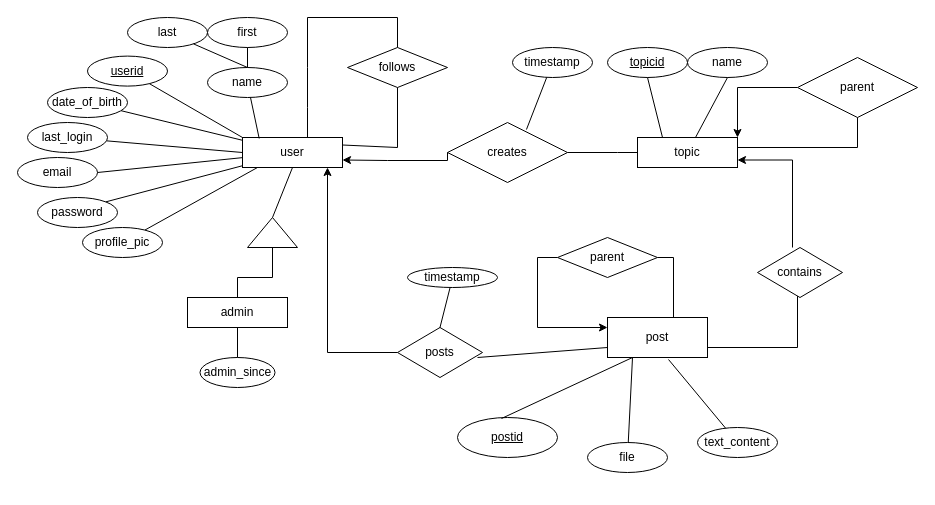
Above: doc/diagrams/ER/entity_relationship_diagram.drawio in kubatovtamas/uzenetSZTEk (draw.io), before the change. Source tidied: cells renumbered, new cells numbered last; positions are measured from the earlier drawing's top-left corner, leaving out a move shared by most shapes. Both pictures are drawn from the tidied source at 100%, with x=0, y=0 at pixel (17, 17).
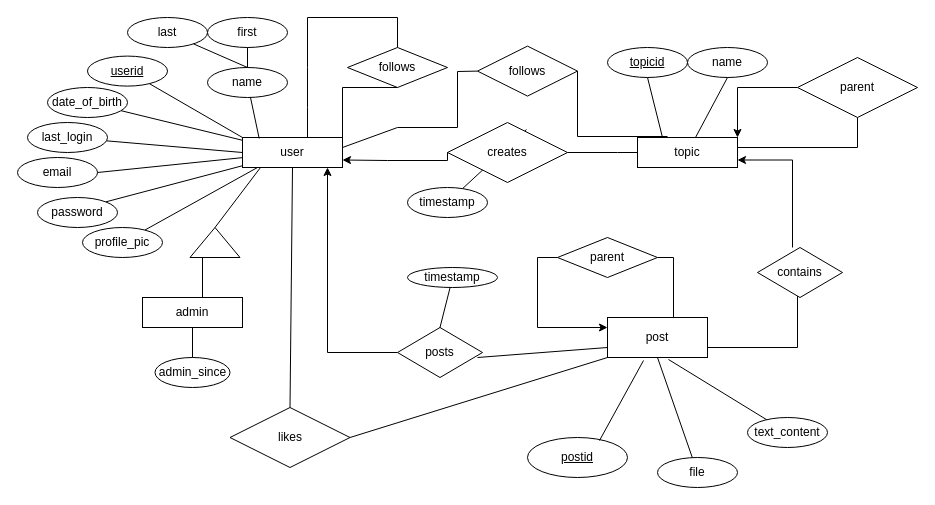
The same page after the edit.

Commit message (it also covers changes not shown here):
Likes and follows added to the diagram

Unchanged cells that the change refers to:
```xml
<mxCell id="2" value="&lt;div&gt;user&lt;/div&gt;" style="rounded=0;whiteSpace=wrap;html=1;" parent="1" vertex="1">
  <mxGeometry x="225" y="120" width="100" height="30" as="geometry" />
</mxCell>
<mxCell id="31" value="follows" style="shape=rhombus;perimeter=rhombusPerimeter;whiteSpace=wrap;html=1;align=center;" parent="1" vertex="1">
  <mxGeometry x="330" y="30" width="100" height="40" as="geometry" />
</mxCell>
<mxCell id="49" value="post" style="whiteSpace=wrap;html=1;align=center;" parent="1" vertex="1">
  <mxGeometry x="590" y="300" width="100" height="40" as="geometry" />
</mxCell>
```

The edit, as a diff of the source:
```diff
@@
     <mxCell id="12" value="text_content" style="ellipse;whiteSpace=wrap;html=1;" parent="1" vertex="1">
-      <mxGeometry x="680" y="410" width="80" height="30" as="geometry" />
+      <mxGeometry x="730" y="400" width="80" height="30" as="geometry" />
     </mxCell>
@@
     <mxCell id="18" value="&lt;div&gt;timestamp&lt;/div&gt;" style="ellipse;whiteSpace=wrap;html=1;" parent="1" vertex="1">
-      <mxGeometry x="495" y="30" width="80" height="30" as="geometry" />
+      <mxGeometry x="390" y="170" width="80" height="30" as="geometry" />
     </mxCell>
@@
     <mxCell id="33" style="endArrow=none;html=1;rounded=0;entryX=0.5;entryY=1;entryDx=0;entryDy=0;exitX=1;exitY=0.25;exitDx=0;exitDy=0;" parent="1" edge="1" source="2" target="31">
       <mxGeometry relative="1" as="geometry">
         <Array as="points">
-          <mxPoint x="380" y="130" />
+          <mxPoint x="325" y="70" />
         </Array>
       </mxGeometry>
     </mxCell>
@@
     <mxCell id="36" value="file" style="ellipse;whiteSpace=wrap;html=1;" parent="1" vertex="1">
-      <mxGeometry x="570" y="425" width="80" height="30" as="geometry" />
+      <mxGeometry x="640" y="440" width="80" height="30" as="geometry" />
     </mxCell>
-    <mxCell id="37" style="endArrow=none;html=1;exitX=0.25;exitY=1;exitDx=0;exitDy=0;" parent="1" edge="1" target="36">
-      <mxGeometry relative="1" as="geometry">
-        <mxPoint x="615" y="340" as="sourcePoint" />
-      </mxGeometry>
+    <mxCell id="37" style="endArrow=none;html=1;exitX=0.5;exitY=1;exitDx=0;exitDy=0;" parent="1" edge="1" source="49" target="36">
+      <mxGeometry relative="1" as="geometry" />
     </mxCell>
@@
     <mxCell id="46" value="&lt;u&gt;postid&lt;/u&gt;" style="ellipse;whiteSpace=wrap;html=1;align=center;" parent="1" vertex="1">
-      <mxGeometry x="440" y="400" width="100" height="40" as="geometry" />
+      <mxGeometry x="510" y="420" width="100" height="40" as="geometry" />
     </mxCell>
-    <mxCell id="47" style="endArrow=none;html=1;rounded=0;entryX=0.25;entryY=1;entryDx=0;entryDy=0;exitX=0.44;exitY=0.025;exitDx=0;exitDy=0;exitPerimeter=0;" parent="1" edge="1" source="46">
-      <mxGeometry relative="1" as="geometry">
-        <mxPoint x="615" y="340" as="targetPoint" />
-      </mxGeometry>
+    <mxCell id="47" style="endArrow=none;html=1;rounded=0;entryX=0.36;entryY=1.075;entryDx=0;entryDy=0;entryPerimeter=0;exitX=0.72;exitY=0.075;exitDx=0;exitDy=0;exitPerimeter=0;" parent="1" edge="1" source="46" target="49">
+      <mxGeometry relative="1" as="geometry" />
     </mxCell>
@@
     <mxCell id="52" value="admin_since" style="ellipse;whiteSpace=wrap;html=1;align=center;" parent="1" vertex="1">
-      <mxGeometry x="182.5" y="340" width="75" height="30" as="geometry" />
+      <mxGeometry x="137.5" y="340" width="75" height="30" as="geometry" />
     </mxCell>
@@
     <mxCell id="55" value="admin" style="whiteSpace=wrap;html=1;align=center;" parent="1" vertex="1">
-      <mxGeometry x="170" y="280" width="100" height="30" as="geometry" />
+      <mxGeometry x="125" y="280" width="100" height="30" as="geometry" />
     </mxCell>
     <mxCell id="56" style="triangle;whiteSpace=wrap;html=1;rotation=-90;" parent="1" vertex="1">
-      <mxGeometry x="240" y="190" width="30" height="50" as="geometry" />
+      <mxGeometry x="182.5" y="200" width="30" height="50" as="geometry" />
     </mxCell>
-    <mxCell id="57" style="endArrow=none;html=1;rounded=0;entryX=0.5;entryY=1;entryDx=0;entryDy=0;exitX=1;exitY=0.5;exitDx=0;exitDy=0;" parent="1" edge="1" source="56" target="2">
-      <mxGeometry relative="1" as="geometry" />
+    <mxCell id="57" style="endArrow=none;html=1;rounded=0;exitX=1;exitY=0.5;exitDx=0;exitDy=0;" parent="1" edge="1" source="56">
+      <mxGeometry relative="1" as="geometry">
+        <mxPoint x="243" y="150" as="targetPoint" />
+      </mxGeometry>
     </mxCell>
-    <mxCell id="58" style="endArrow=none;html=1;rounded=0;exitX=0.5;exitY=0;exitDx=0;exitDy=0;entryX=0;entryY=0.5;entryDx=0;entryDy=0;" parent="1" edge="1" source="55" target="56">
+    <mxCell id="58" style="endArrow=none;html=1;rounded=0;entryX=0;entryY=0.25;entryDx=0;entryDy=0;" parent="1" edge="1" target="56">
       <mxGeometry relative="1" as="geometry">
-        <Array as="points">
-          <mxPoint x="220" y="260" />
-          <mxPoint x="255" y="260" />
-        </Array>
+        <mxPoint x="185" y="280" as="sourcePoint" />
       </mxGeometry>
     </mxCell>
@@
+    <mxCell id="63" value="follows" style="shape=rhombus;perimeter=rhombusPerimeter;whiteSpace=wrap;html=1;align=center;" parent="1" vertex="1">
+      <mxGeometry x="460" y="28.6" width="100" height="50" as="geometry" />
+    </mxCell>
+    <mxCell id="64" style="endArrow=none;html=1;rounded=0;entryX=0;entryY=0.5;entryDx=0;entryDy=0;" parent="1" edge="1" target="63">
+      <mxGeometry relative="1" as="geometry">
+        <mxPoint x="325" y="130" as="sourcePoint" />
+        <Array as="points">
+          <mxPoint x="380" y="110" />
+          <mxPoint x="440" y="110" />
+          <mxPoint x="440" y="54" />
+        </Array>
+      </mxGeometry>
+    </mxCell>
+    <mxCell id="65" style="endArrow=none;html=1;rounded=0;exitX=1;exitY=0.5;exitDx=0;exitDy=0;" parent="1" edge="1" source="63">
+      <mxGeometry relative="1" as="geometry">
+        <mxPoint x="650" y="119" as="targetPoint" />
+        <Array as="points">
+          <mxPoint x="560" y="119" />
+        </Array>
+      </mxGeometry>
+    </mxCell>
+    <mxCell id="66" style="endArrow=none;html=1;rounded=0;exitX=0.5;exitY=1;exitDx=0;exitDy=0;entryX=0.5;entryY=0;entryDx=0;entryDy=0;" parent="1" edge="1" source="2" target="67">
+      <mxGeometry relative="1" as="geometry" />
+    </mxCell>
+    <mxCell id="67" value="likes" style="shape=rhombus;perimeter=rhombusPerimeter;whiteSpace=wrap;html=1;align=center;" parent="1" vertex="1">
+      <mxGeometry x="212.5" y="390" width="120" height="60" as="geometry" />
+    </mxCell>
+    <mxCell id="68" style="endArrow=none;html=1;rounded=0;exitX=1;exitY=0.5;exitDx=0;exitDy=0;" parent="1" edge="1" source="67">
+      <mxGeometry relative="1" as="geometry">
+        <mxPoint x="590" y="340" as="targetPoint" />
+      </mxGeometry>
+    </mxCell>
```
